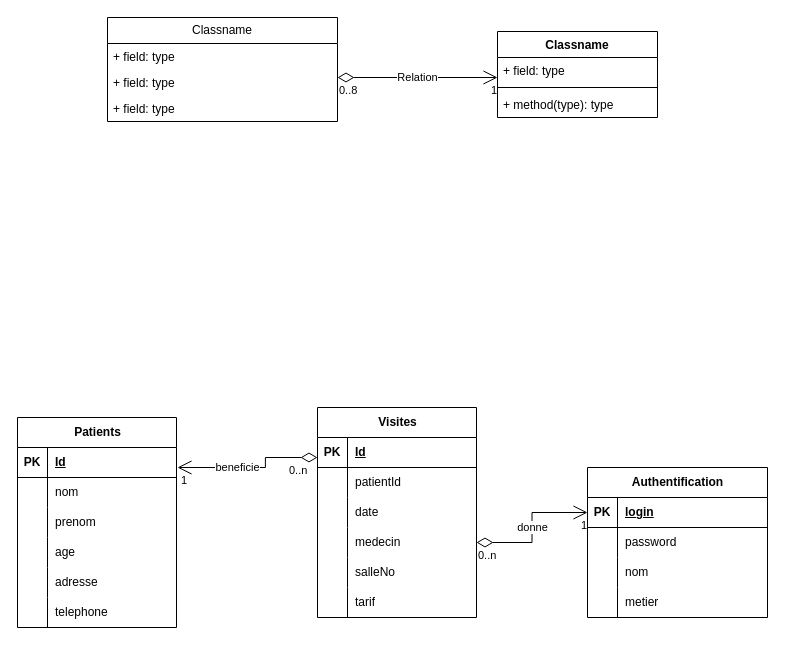
Above: Diagramme sans nom.drawio in CyrilleTual/tp_Ajc (draw.io), before the change. Source tidied: cells renumbered, new cells numbered last; positions are measured from the earlier drawing's top-left corner, leaving out a move shared by most shapes. Both pictures are drawn from the tidied source at 100%, with x=0, y=0 at pixel (17, 17).
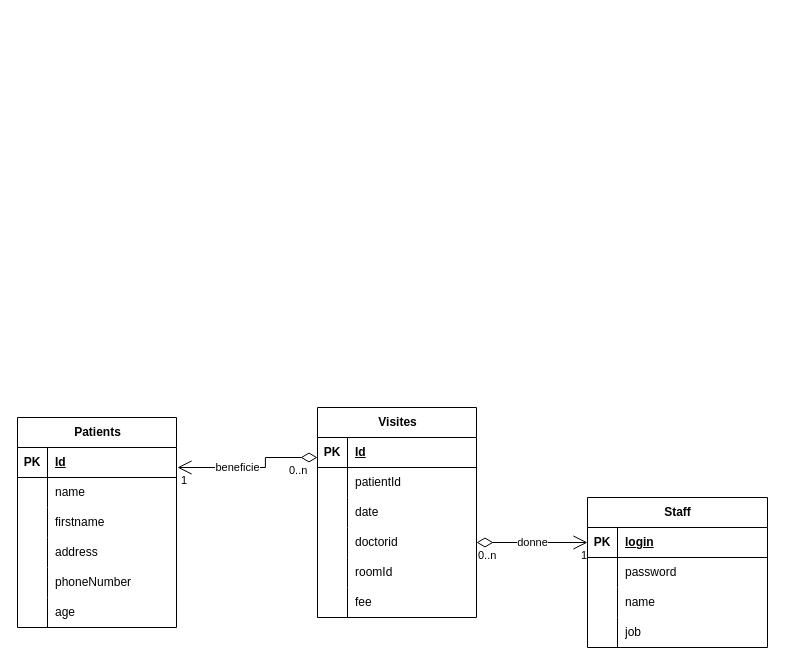
After the change.

Commit message:
Mettre à jour Diagramme sans nom.drawio

Unchanged cells that the change refers to:
```xml
<mxCell id="20" style="shape=tableRow;horizontal=0;startSize=0;swimlaneHead=0;swimlaneBody=0;fillColor=none;top=0;left=0;right=0;bottom=0;" parent="13" vertex="1">
  <mxGeometry y="90" width="180" height="30" as="geometry" />
</mxCell>
<mxCell id="23" style="shape=tableRow;horizontal=0;startSize=0;swimlaneHead=0;swimlaneBody=0;fillColor=none;top=0;left=0;right=0;bottom=0;" parent="13" vertex="1">
  <mxGeometry y="120" width="180" height="30" as="geometry" />
</mxCell>
<mxCell id="30" style="shape=tableRow;horizontal=0;startSize=0;swimlaneHead=0;swimlaneBody=0;fillColor=none;top=0;left=0;right=0;bottom=0;" parent="26" vertex="1">
  <mxGeometry y="60" width="159" height="30" as="geometry" />
</mxCell>
<mxCell id="33" style="shape=tableRow;horizontal=0;startSize=0;swimlaneHead=0;swimlaneBody=0;fillColor=none;top=0;left=0;right=0;bottom=0;" parent="26" vertex="1">
  <mxGeometry y="90" width="159" height="30" as="geometry" />
</mxCell>
<mxCell id="36" style="shape=tableRow;horizontal=0;startSize=0;swimlaneHead=0;swimlaneBody=0;fillColor=none;top=0;left=0;right=0;bottom=0;" parent="26" vertex="1">
  <mxGeometry y="120" width="159" height="30" as="geometry" />
</mxCell>
<mxCell id="39" style="shape=tableRow;horizontal=0;startSize=0;swimlaneHead=0;swimlaneBody=0;fillColor=none;top=0;left=0;right=0;bottom=0;" parent="26" vertex="1">
  <mxGeometry y="150" width="159" height="30" as="geometry" />
</mxCell>
<mxCell id="42" style="shape=tableRow;horizontal=0;startSize=0;swimlaneHead=0;swimlaneBody=0;fillColor=none;top=0;left=0;right=0;bottom=0;" parent="26" vertex="1">
  <mxGeometry y="180" width="159" height="30" as="geometry" />
</mxCell>
<mxCell id="55" style="shape=tableRow;horizontal=0;startSize=0;swimlaneHead=0;swimlaneBody=0;fillColor=none;points=[[0,0.5],[1,0.5]];portConstraint=eastwest;top=0;left=0;right=0;bottom=0;" parent="45" vertex="1">
  <mxGeometry y="120" width="159" height="30" as="geometry" />
</mxCell>
<mxCell id="58" style="shape=tableRow;horizontal=0;startSize=0;swimlaneHead=0;swimlaneBody=0;fillColor=none;top=0;left=0;right=0;bottom=0;" parent="45" vertex="1">
  <mxGeometry y="150" width="159" height="30" as="geometry" />
</mxCell>
<mxCell id="61" style="shape=tableRow;horizontal=0;startSize=0;swimlaneHead=0;swimlaneBody=0;fillColor=none;top=0;left=0;right=0;bottom=0;" parent="45" vertex="1">
  <mxGeometry y="180" width="159" height="30" as="geometry" />
</mxCell>
```

What changed in the source:
```diff
@@
-    <mxCell id="2" value="Classname" style="swimlane;fontStyle=0;horizontal=1;startSize=26;fillColor=none;whiteSpace=wrap;html=1;" parent="1" vertex="1">
-      <mxGeometry x="90" width="230" height="104" as="geometry" />
-    </mxCell>
-    <mxCell id="3" value="+ field: type" style="text;strokeColor=none;fillColor=none;align=left;verticalAlign=top;spacingLeft=4;spacingRight=4;overflow=hidden;whiteSpace=wrap;html=1;" parent="2" vertex="1">
-      <mxGeometry y="26" width="230" height="26" as="geometry" />
-    </mxCell>
-    <mxCell id="4" value="+ field: type" style="text;strokeColor=none;fillColor=none;align=left;verticalAlign=top;spacingLeft=4;spacingRight=4;overflow=hidden;whiteSpace=wrap;html=1;" parent="2" vertex="1">
-      <mxGeometry y="52" width="230" height="26" as="geometry" />
-    </mxCell>
-    <mxCell id="5" value="+ field: type" style="text;strokeColor=none;fillColor=none;align=left;verticalAlign=top;spacingLeft=4;spacingRight=4;overflow=hidden;whiteSpace=wrap;html=1;" parent="2" vertex="1">
-      <mxGeometry y="78" width="230" height="26" as="geometry" />
-    </mxCell>
-    <mxCell id="6" value="Relation" style="endArrow=open;html=1;endSize=12;startArrow=diamondThin;startSize=14;startFill=0;edgeStyle=orthogonalEdgeStyle;rounded=0;" parent="1" edge="1">
-      <mxGeometry relative="1" as="geometry">
-        <mxPoint x="320" y="60" as="sourcePoint" />
-        <mxPoint x="480" y="60" as="targetPoint" />
-      </mxGeometry>
-    </mxCell>
-    <mxCell id="7" value="0..8" style="edgeLabel;html=1;align=left;verticalAlign=top;" parent="6" vertex="1">
-      <mxGeometry x="-1" relative="1" as="geometry" />
-    </mxCell>
-    <mxCell id="8" value="1" style="edgeLabel;html=1;align=right;verticalAlign=top;" parent="6" vertex="1">
-      <mxGeometry x="1" relative="1" as="geometry" />
-    </mxCell>
-    <mxCell id="9" value="Classname" style="swimlane;fontStyle=1;align=center;verticalAlign=top;horizontal=1;startSize=26;whiteSpace=wrap;html=1;" parent="1" vertex="1">
-      <mxGeometry x="480" y="14" width="160" height="86" as="geometry" />
-    </mxCell>
-    <mxCell id="10" value="+ field: type" style="text;strokeColor=none;fillColor=none;align=left;verticalAlign=top;spacingLeft=4;spacingRight=4;overflow=hidden;whiteSpace=wrap;html=1;" parent="9" vertex="1">
-      <mxGeometry y="26" width="160" height="26" as="geometry" />
-    </mxCell>
-    <mxCell id="11" style="line;strokeWidth=1;fillColor=none;align=left;verticalAlign=middle;spacingTop=-1;spacingLeft=3;spacingRight=3;labelPosition=right;strokeColor=inherit;" parent="9" vertex="1">
-      <mxGeometry y="52" width="160" height="8" as="geometry" />
-    </mxCell>
-    <mxCell id="12" value="+ method(type): type" style="text;strokeColor=none;fillColor=none;align=left;verticalAlign=top;spacingLeft=4;spacingRight=4;overflow=hidden;whiteSpace=wrap;html=1;" parent="9" vertex="1">
-      <mxGeometry y="60" width="160" height="26" as="geometry" />
-    </mxCell>
-    <mxCell id="13" value="Authentification" style="shape=table;startSize=30;childLayout=tableLayout;rowLines=0;fontStyle=1;align=center;html=1;" parent="1" vertex="1">
-      <mxGeometry x="570" y="450" width="180" height="150" as="geometry" />
+    <mxCell id="13" value="Staff" style="shape=table;startSize=30;childLayout=tableLayout;rowLines=0;fontStyle=1;align=center;html=1;" parent="1" vertex="1">
+      <mxGeometry x="570" y="480" width="180" height="150" as="geometry" />
     </mxCell>
@@
-    <mxCell id="22" value="nom" style="shape=partialRectangle;fillColor=none;top=0;left=0;bottom=0;right=0;align=left;spacingLeft=6;overflow=hidden;whiteSpace=wrap;html=1;" parent="20" vertex="1">
+    <mxCell id="22" value="name" style="shape=partialRectangle;fillColor=none;top=0;left=0;bottom=0;right=0;align=left;spacingLeft=6;overflow=hidden;whiteSpace=wrap;html=1;" parent="20" vertex="1">
       <mxGeometry x="30" width="150" height="30" as="geometry" />
     </mxCell>
@@
-    <mxCell id="25" value="metier" style="shape=partialRectangle;fillColor=none;top=0;left=0;bottom=0;right=0;align=left;spacingLeft=6;overflow=hidden;whiteSpace=wrap;html=1;" parent="23" vertex="1">
+    <mxCell id="25" value="job" style="shape=partialRectangle;fillColor=none;top=0;left=0;bottom=0;right=0;align=left;spacingLeft=6;overflow=hidden;whiteSpace=wrap;html=1;" parent="23" vertex="1">
       <mxGeometry x="30" width="150" height="30" as="geometry" />
     </mxCell>
@@
-    <mxCell id="32" value="nom" style="shape=partialRectangle;fillColor=none;top=0;left=0;bottom=0;right=0;align=left;spacingLeft=6;overflow=hidden;whiteSpace=wrap;html=1;" parent="30" vertex="1">
+    <mxCell id="32" value="name" style="shape=partialRectangle;fillColor=none;top=0;left=0;bottom=0;right=0;align=left;spacingLeft=6;overflow=hidden;whiteSpace=wrap;html=1;" parent="30" vertex="1">
       <mxGeometry x="30" width="129" height="30" as="geometry" />
     </mxCell>
@@
-    <mxCell id="35" value="prenom" style="shape=partialRectangle;fillColor=none;top=0;left=0;bottom=0;right=0;align=left;spacingLeft=6;overflow=hidden;whiteSpace=wrap;html=1;" parent="33" vertex="1">
+    <mxCell id="35" value="firstname" style="shape=partialRectangle;fillColor=none;top=0;left=0;bottom=0;right=0;align=left;spacingLeft=6;overflow=hidden;whiteSpace=wrap;html=1;" parent="33" vertex="1">
       <mxGeometry x="30" width="129" height="30" as="geometry" />
     </mxCell>
@@
-    <mxCell id="38" value="age" style="shape=partialRectangle;fillColor=none;top=0;left=0;bottom=0;right=0;align=left;spacingLeft=6;overflow=hidden;whiteSpace=wrap;html=1;" parent="36" vertex="1">
+    <mxCell id="38" value="address" style="shape=partialRectangle;fillColor=none;top=0;left=0;bottom=0;right=0;align=left;spacingLeft=6;overflow=hidden;whiteSpace=wrap;html=1;" parent="36" vertex="1">
       <mxGeometry x="30" width="129" height="30" as="geometry" />
     </mxCell>
@@
-    <mxCell id="41" value="adresse" style="shape=partialRectangle;fillColor=none;top=0;left=0;bottom=0;right=0;align=left;spacingLeft=6;overflow=hidden;whiteSpace=wrap;html=1;" parent="39" vertex="1">
+    <mxCell id="41" value="phoneNumber" style="shape=partialRectangle;fillColor=none;top=0;left=0;bottom=0;right=0;align=left;spacingLeft=6;overflow=hidden;whiteSpace=wrap;html=1;" parent="39" vertex="1">
       <mxGeometry x="30" width="129" height="30" as="geometry" />
     </mxCell>
@@
-    <mxCell id="44" value="telephone" style="shape=partialRectangle;fillColor=none;top=0;left=0;bottom=0;right=0;align=left;spacingLeft=6;overflow=hidden;whiteSpace=wrap;html=1;" parent="42" vertex="1">
+    <mxCell id="44" value="age" style="shape=partialRectangle;fillColor=none;top=0;left=0;bottom=0;right=0;align=left;spacingLeft=6;overflow=hidden;whiteSpace=wrap;html=1;" parent="42" vertex="1">
       <mxGeometry x="30" width="129" height="30" as="geometry" />
     </mxCell>
@@
-    <mxCell id="57" value="medecin" style="shape=partialRectangle;fillColor=none;top=0;left=0;bottom=0;right=0;align=left;spacingLeft=6;overflow=hidden;whiteSpace=wrap;html=1;" parent="55" vertex="1">
+    <mxCell id="57" value="doctorid" style="shape=partialRectangle;fillColor=none;top=0;left=0;bottom=0;right=0;align=left;spacingLeft=6;overflow=hidden;whiteSpace=wrap;html=1;" parent="55" vertex="1">
       <mxGeometry x="30" width="129" height="30" as="geometry" />
     </mxCell>
@@
-    <mxCell id="60" value="salleNo" style="shape=partialRectangle;fillColor=none;top=0;left=0;bottom=0;right=0;align=left;spacingLeft=6;overflow=hidden;whiteSpace=wrap;html=1;" parent="58" vertex="1">
+    <mxCell id="60" value="roomId" style="shape=partialRectangle;fillColor=none;top=0;left=0;bottom=0;right=0;align=left;spacingLeft=6;overflow=hidden;whiteSpace=wrap;html=1;" parent="58" vertex="1">
       <mxGeometry x="30" width="129" height="30" as="geometry" />
     </mxCell>
@@
-    <mxCell id="63" value="tarif" style="shape=partialRectangle;fillColor=none;top=0;left=0;bottom=0;right=0;align=left;spacingLeft=6;overflow=hidden;whiteSpace=wrap;html=1;" parent="61" vertex="1">
+    <mxCell id="63" value="fee" style="shape=partialRectangle;fillColor=none;top=0;left=0;bottom=0;right=0;align=left;spacingLeft=6;overflow=hidden;whiteSpace=wrap;html=1;" parent="61" vertex="1">
       <mxGeometry x="30" width="129" height="30" as="geometry" />
     </mxCell>
```
